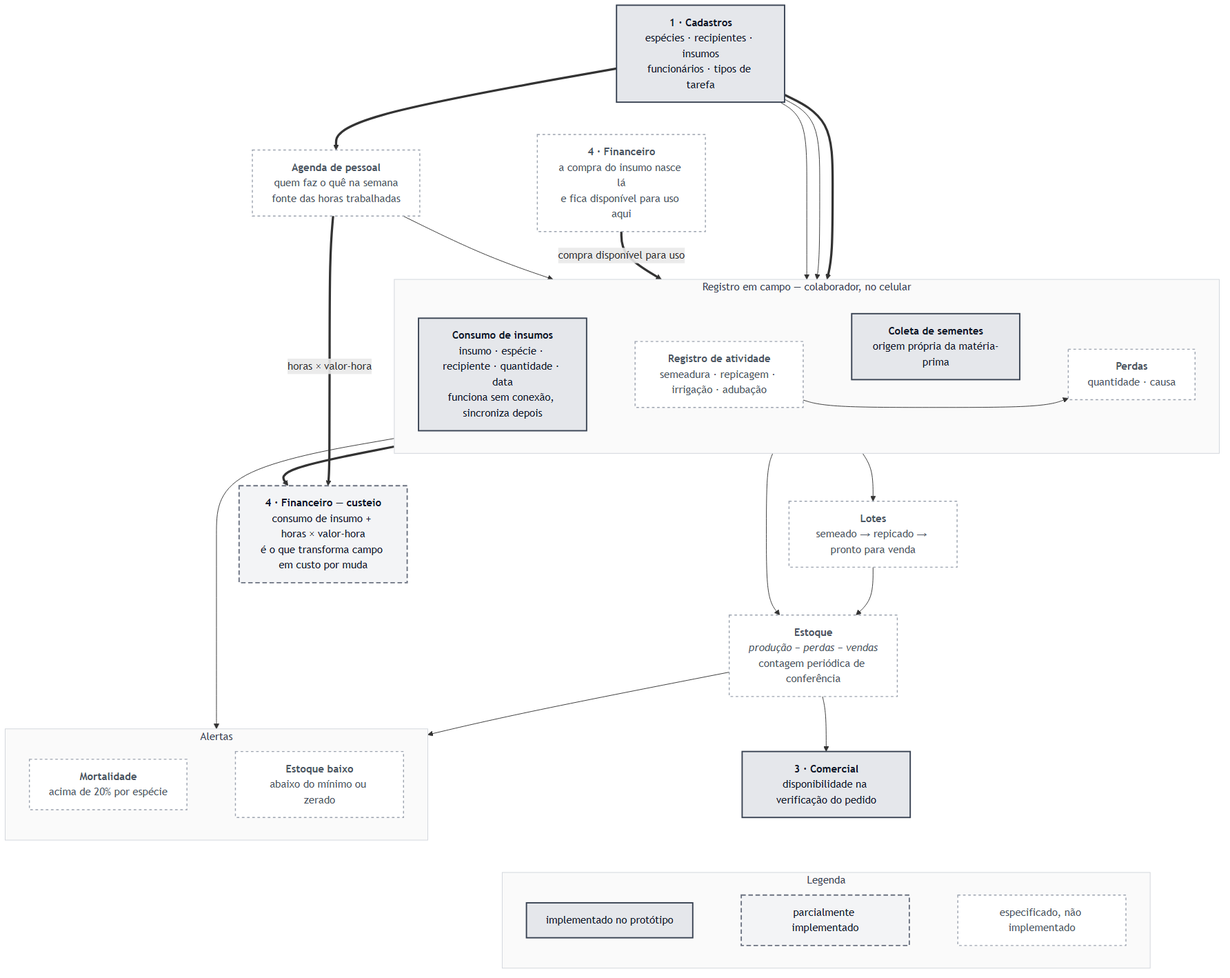
Before: docs/rotinas/img/mapa-2-producao.png, a diagram exported from Mermaid (JoaoMudar/mudar). Its source is kept beside it as docs/rotinas/img/mapa-2-producao.mmd.
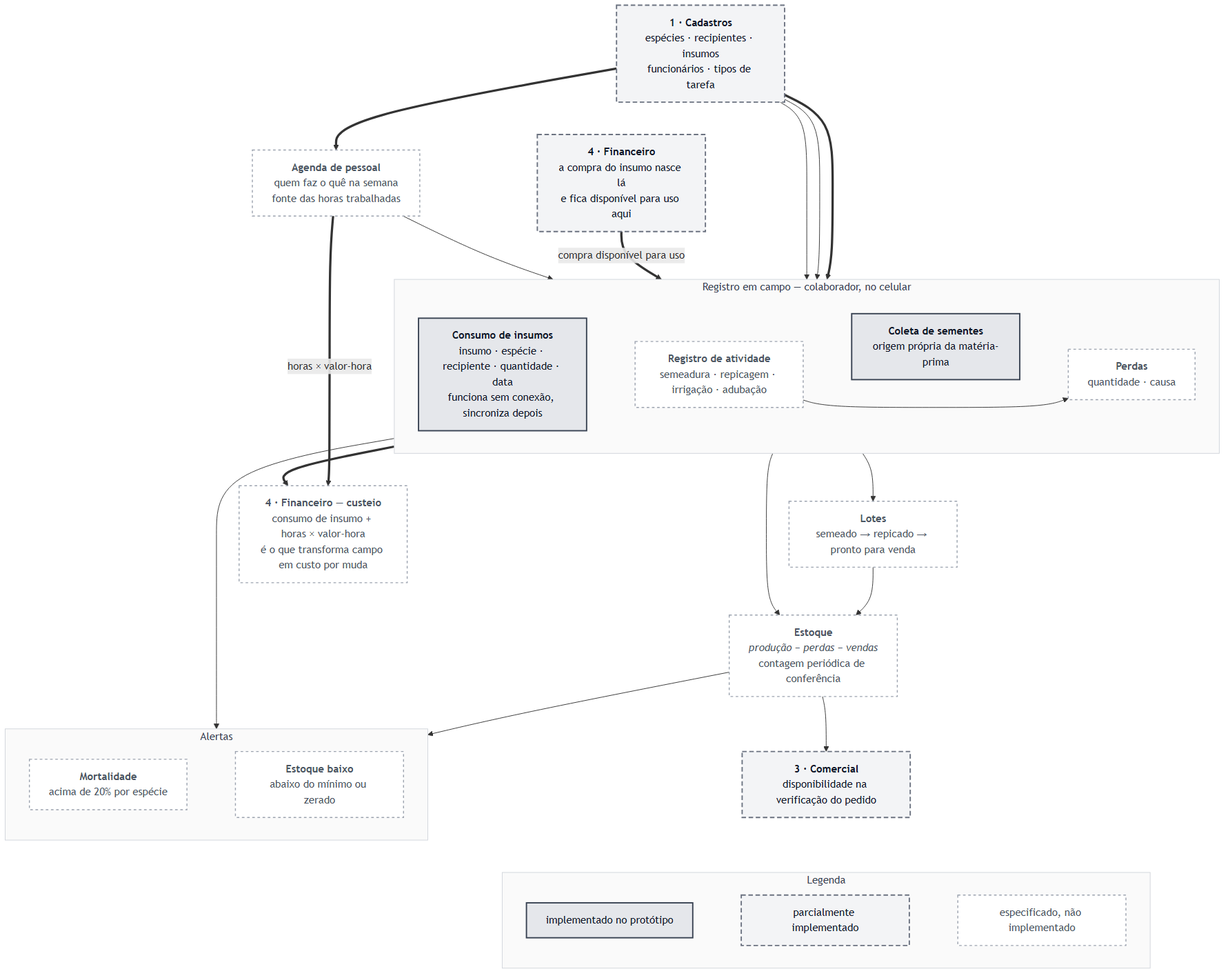
Above is the later version.

Change to the diagram source:
```diff
@@ -50,12 +50,14 @@
   end
   COM ~~~ LEG
 
-  classDef feito fill:#e5e7eb,stroke:#374151,stroke-width:2px,color:#111827
-  classDef parcial fill:#f3f4f6,stroke:#6b7280,stroke-width:2px,color:#111827,stroke-dasharray:7 4
-  classDef futuro fill:#ffffff,stroke:#9ca3af,stroke-width:1.5px,color:#4b5563,stroke-dasharray:4 4
-  classDef grupo fill:#fafafa,stroke:#d1d5db,stroke-width:1px,color:#374151
+  classDef ok fill:#dcfce7,stroke:#16a34a,stroke-width:2px,color:#111
+  classDef meio fill:#fef3c7,stroke:#d97706,stroke-width:2px,color:#111
+  classDef falta fill:#fee2e2,stroke:#dc2626,stroke-width:2px,color:#111
+  classDef grupo fill:#f8fafc,stroke:#cbd5e1,stroke-width:1px,color:#334155
+  classDef ator fill:#374151,stroke:#111827,stroke-width:2px,color:#f9fafb
+  classDef decisao fill:#e2e8f0,stroke:#475569,stroke-width:2px,color:#111
 
-  class CAD,CON,COL,COM,L1 feito
-  class CUS,L2 parcial
-  class ATV,PER,AGE,LOT,EST,A1,A2,FIN,L3 futuro
+  class CON,COL,L1 ok
+  class CAD,FIN,COM,L2 meio
+  class ATV,PER,AGE,LOT,EST,A1,A2,CUS,L3 falta
   class CAMPO,ALE,LEG grupo
```
